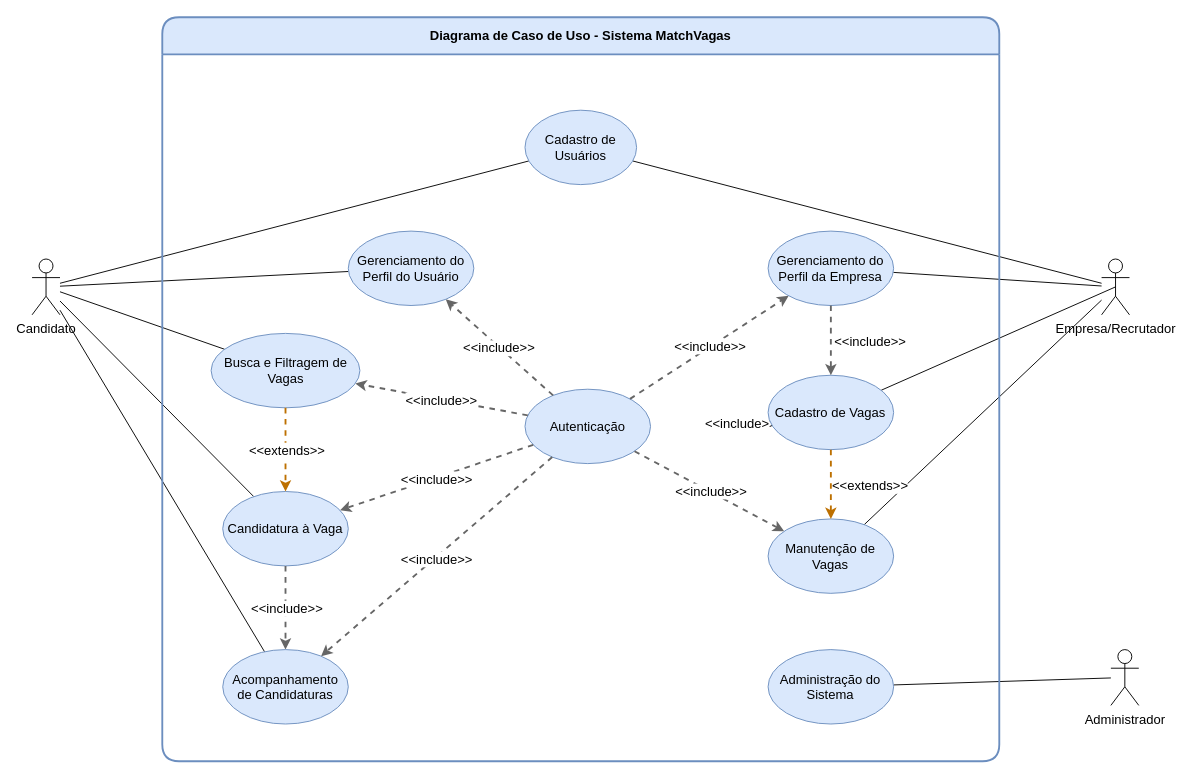
MatchVagas/Documentation keeps this draw.io diagram as Diagramas/Use-case diagram - MatchVagas.dio. Above is the earlier version. Source tidied: cells renumbered, new cells numbered last; positions are measured from the earlier drawing's top-left corner, leaving out a move shared by most shapes. Both pictures are drawn from the tidied source at 93%, with x=0, y=0 at pixel (32, 17).
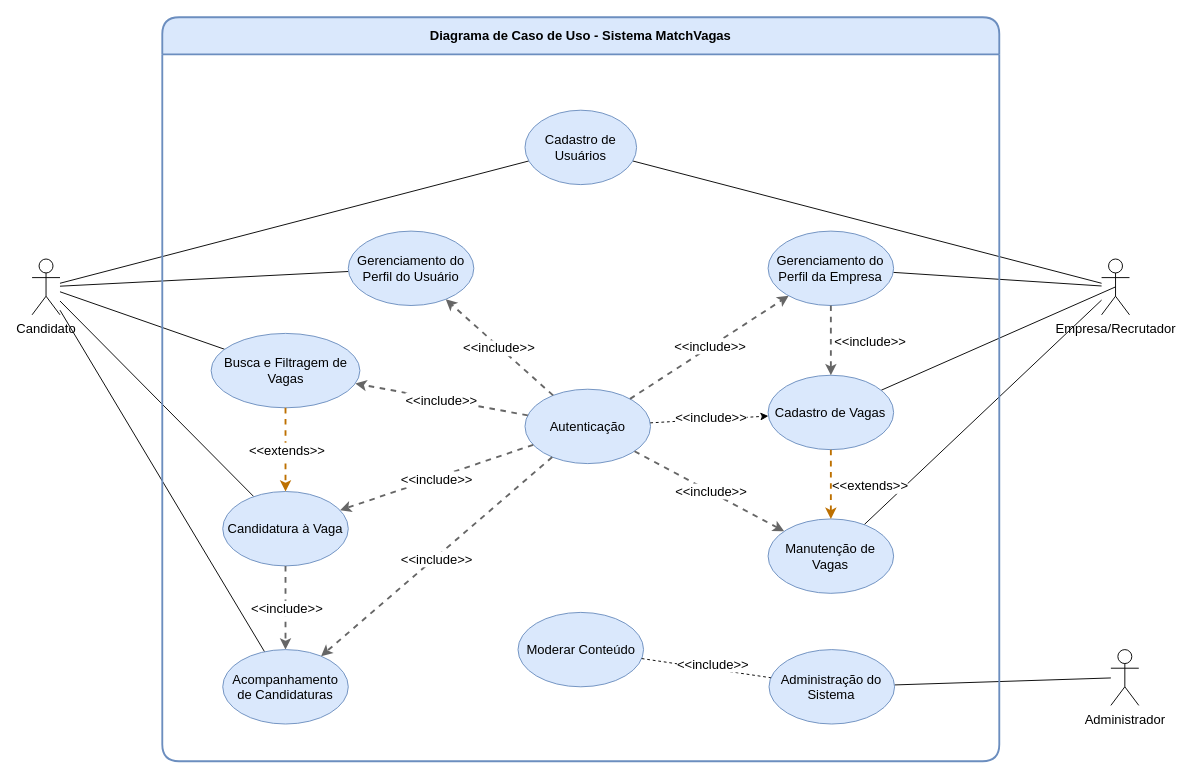
The same diagram, later.

Unchanged cells that the change refers to:
```xml
<mxCell id="2" value="Autenticação" style="ellipse;whiteSpace=wrap;html=1;fillColor=#dae8fc;strokeColor=#6c8ebf;fontSize=14;" parent="1" vertex="1">
  <mxGeometry x="530" y="400" width="135" height="80" as="geometry" />
</mxCell>
<mxCell id="30" value="&lt;font&gt;Diagrama de Caso de Uso - Sistema MatchVagas&lt;/font&gt;" style="swimlane;whiteSpace=wrap;html=1;startSize=40;rounded=1;strokeWidth=2;fillColor=#dae8fc;strokeColor=#6c8ebf;fontSize=14;" parent="1" vertex="1">
  <mxGeometry x="140" width="900" height="800" as="geometry" />
</mxCell>
<mxCell id="32" value="Cadastro de Vagas" style="ellipse;whiteSpace=wrap;html=1;fillColor=#dae8fc;strokeColor=#6c8ebf;fontSize=14;" parent="30" vertex="1">
  <mxGeometry x="651.4" y="385" width="135" height="80" as="geometry" />
</mxCell>
```

Change to the diagram source:
```diff
@@
-    <mxCell id="11" style="endArrow=classic;html=1;rounded=0;dashed=1;fontSize=14;" parent="1" edge="1" target="32">
-      <mxGeometry relative="1" as="geometry">
-        <mxPoint x="730" y="441.9" as="sourcePoint" />
-      </mxGeometry>
-    </mxCell>
-    <mxCell id="12" value="&amp;lt;&amp;lt;include&amp;gt;&amp;gt;" style="edgeLabel;html=1;align=center;verticalAlign=middle;fontSize=14;" parent="11" vertex="1">
-      <mxGeometry x="0.01" y="1" relative="1" as="geometry" />
-    </mxCell>
@@
     <mxCell id="34" value="Administração do Sistema" style="ellipse;whiteSpace=wrap;html=1;fillColor=#dae8fc;strokeColor=#6c8ebf;fontSize=14;" parent="30" vertex="1">
-      <mxGeometry x="651.4" y="680" width="135" height="80" as="geometry" />
+      <mxGeometry x="652.4" y="680" width="135" height="80" as="geometry" />
     </mxCell>
@@
+    <mxCell id="48" value="Moderar Conteúdo" style="ellipse;whiteSpace=wrap;html=1;fillColor=#dae8fc;strokeColor=#6c8ebf;fontSize=14;" parent="30" vertex="1">
+      <mxGeometry x="382.5" y="640" width="135" height="80" as="geometry" />
+    </mxCell>
+    <mxCell id="49" style="endArrow=none;dashed=1;html=1;" parent="30" edge="1" source="48" target="34">
+      <mxGeometry relative="1" as="geometry" />
+    </mxCell>
+    <mxCell id="50" value="&amp;lt;&amp;lt;include&amp;gt;&amp;gt;" style="edgeLabel;html=1;align=center;verticalAlign=middle;fontSize=14;" parent="49" vertex="1">
+      <mxGeometry x="0.09" y="-3" relative="1" as="geometry">
+        <mxPoint y="-8" as="offset" />
+      </mxGeometry>
+    </mxCell>
+    <mxCell id="11" style="endArrow=classic;html=1;rounded=0;dashed=1;fontSize=14;" parent="1" edge="1" source="2" target="32">
+      <mxGeometry relative="1" as="geometry" />
+    </mxCell>
+    <mxCell id="12" value="&amp;lt;&amp;lt;include&amp;gt;&amp;gt;" style="edgeLabel;html=1;align=center;verticalAlign=middle;fontSize=14;" parent="11" vertex="1">
+      <mxGeometry x="0.01" y="1" relative="1" as="geometry">
+        <mxPoint x="1" y="-1" as="offset" />
+      </mxGeometry>
+    </mxCell>
```
